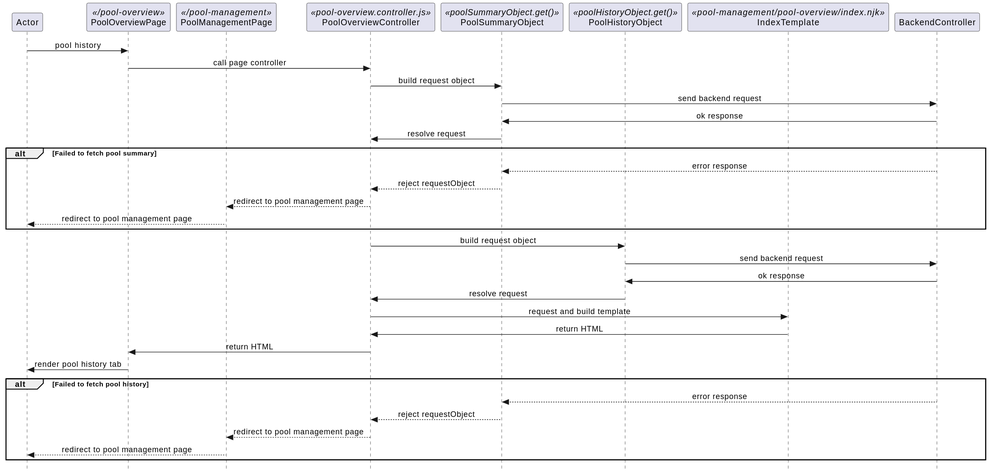
hmcts/juror-bureau keeps this PlantUML diagram as umls/pool-history.svg. Above is the earlier version.
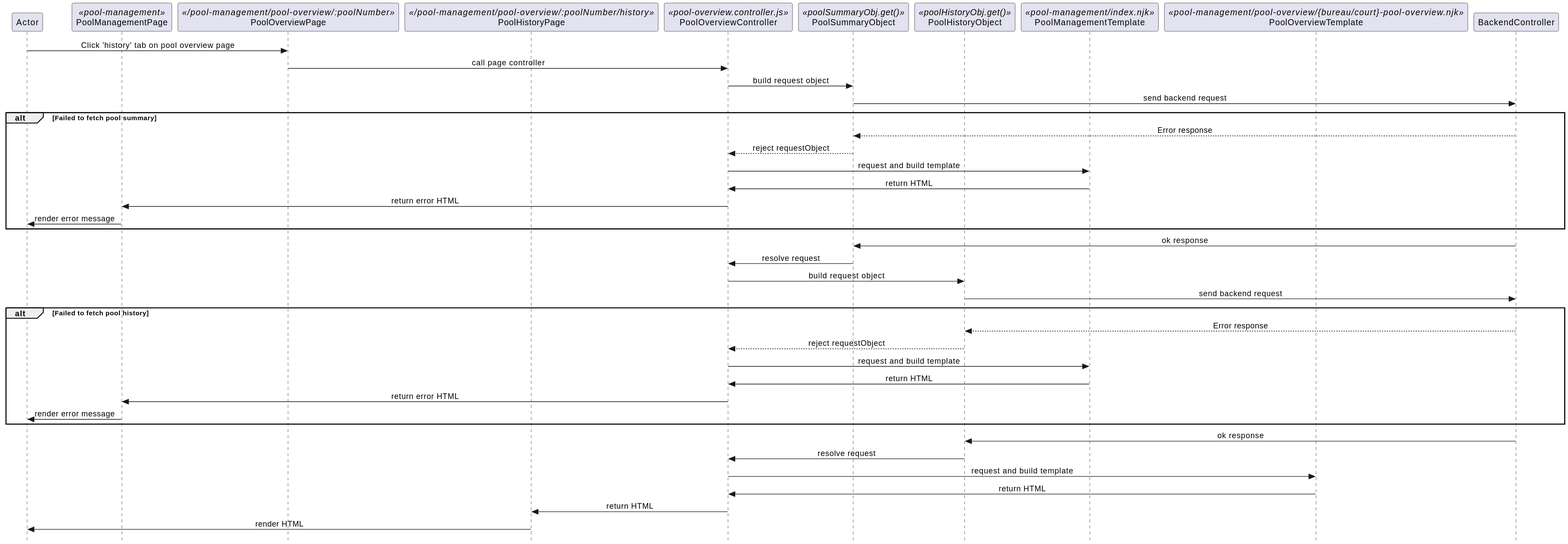
After the commit.

Diff of the diagram source:
```diff
@@ -1,57 +1,37 @@
-@startuml pool-history
+@startuml
+hide unlinked
+!include generic-blocks.plantuml
 
 skinparam Style strictuml
 skinparam SequenceMessageAlignment center
 
 participant Actor
 
-participant PoolOverviewPage <</pool-overview>>
-participant PoolManagementPage <</pool-management>>
+participant PoolManagementPage <<pool-management>>
+participant PoolOverviewPage <</pool-management/pool-overview/:poolNumber>>
+participant PoolHistoryPage <</pool-management/pool-overview/:poolNumber/history>>
+participant GenericErrorPage <</error>>
 
+participant PoolManagementController <<pool-management.controller.js>>
 participant PoolOverviewController <<pool-overview.controller.js>>
-participant PoolSummaryObject <<poolSummaryObject.get()>>
-participant PoolHistoryObject <<poolHistoryObject.get()>>
+participant PoolSummaryObject <<poolSummaryObj.get()>>
+participant PoolHistoryObject <<poolHistoryObj.get()>>
 
-participant IndexTemplate <<pool-management/pool-overview/index.njk>>
+
+participant PoolManagementTemplate <<pool-management/index.njk>>
+participant PoolOverviewTemplate <<pool-management/pool-overview/{bureau/court}-pool-overview.njk>>
+participant ErrorTemplate <<_errors/generic.njk>>
 
 
 participant BackendController
 
 
-
-Actor -> PoolOverviewPage : pool history
-
+Actor -> PoolOverviewPage : Click 'history' tab on pool overview page
 PoolOverviewPage -> PoolOverviewController : call page controller
 
-PoolOverviewController -> PoolSummaryObject : build request object
-PoolSummaryObject -> BackendController : send backend request
-PoolSummaryObject <- BackendController : ok response
-PoolOverviewController <- PoolSummaryObject : resolve request
+$callAPIRenderErrorOnForm(PoolOverviewController, PoolSummaryObject, ErrorTemplate, "Failed to fetch pool summary", PoolManagementTemplate, PoolManagementPage)
 
-alt Failed to fetch pool summary
-    PoolSummaryObject <-- BackendController : error response
-    PoolOverviewController <-- PoolSummaryObject : reject requestObject
-    PoolManagementPage <-- PoolOverviewController : redirect to pool management page
-    Actor <-- PoolManagementPage : redirect to pool management page
-end
+$callAPIRenderErrorOnForm(PoolOverviewController, PoolHistoryObject, ErrorTemplate, "Failed to fetch pool history", PoolManagementTemplate, PoolManagementPage)
 
-PoolOverviewController -> PoolHistoryObject : build request object
-PoolHistoryObject -> BackendController : send backend request
-PoolHistoryObject <- BackendController : ok response
-PoolOverviewController <- PoolHistoryObject : resolve request
-
-PoolOverviewController -> IndexTemplate : request and build template
-PoolOverviewController <- IndexTemplate : return HTML
-PoolOverviewPage <- PoolOverviewController : return HTML
-
-Actor <- PoolOverviewPage : render pool history tab
-
-alt Failed to fetch pool history
-    PoolSummaryObject <-- BackendController : error response
-    PoolOverviewController <-- PoolSummaryObject : reject requestObject
-    PoolManagementPage <-- PoolOverviewController : redirect to pool management page
-    Actor <-- PoolManagementPage : redirect to pool management page
-end
-
-
+$renderTemplateToPage(PoolOverviewController, PoolOverviewTemplate, PoolHistoryPage)
 @enduml
```
